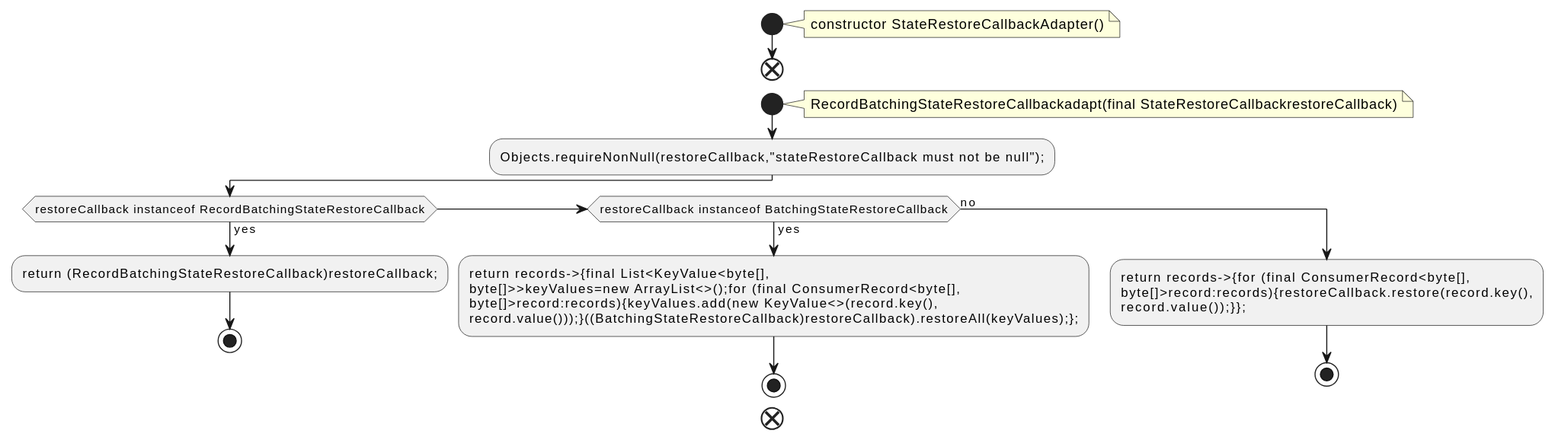
Before: docs/qc/streams/src/main/java/org/apache/kafka/streams/processor/internals/StateRestoreCallbackAdapter.java.fct.svg, a diagram exported from PlantUML (qualitesys/kafka). Source of this version:
```plantuml
@startuml
!pragma layout smetana
start
note right
constructor StateRestoreCallbackAdapter()
end note
end
start
note right
RecordBatchingStateRestoreCallbackadapt(final StateRestoreCallbackrestoreCallback)
end note
:Objects.requireNonNull(restoreCallback,"stateRestoreCallback must not be null");;
if (restoreCallback instanceof RecordBatchingStateRestoreCallback) then (yes)
:return (RecordBatchingStateRestoreCallback)restoreCallback;;
stop
else if (restoreCallback instanceof BatchingStateRestoreCallback) then (yes)
:return records->{final List<KeyValue<byte[],
byte[]>>keyValues=new ArrayList<>();for (final ConsumerRecord<byte[],
byte[]>record:records){keyValues.add(new KeyValue<>(record.key(),
record.value()));}((BatchingStateRestoreCallback)restoreCallback).restoreAll(keyValues);};;
stop
else (no)
:return records->{for (final ConsumerRecord<byte[],
byte[]>record:records){restoreCallback.restore(record.key(),
record.value());}};;
stop
endif
end
@enduml
```
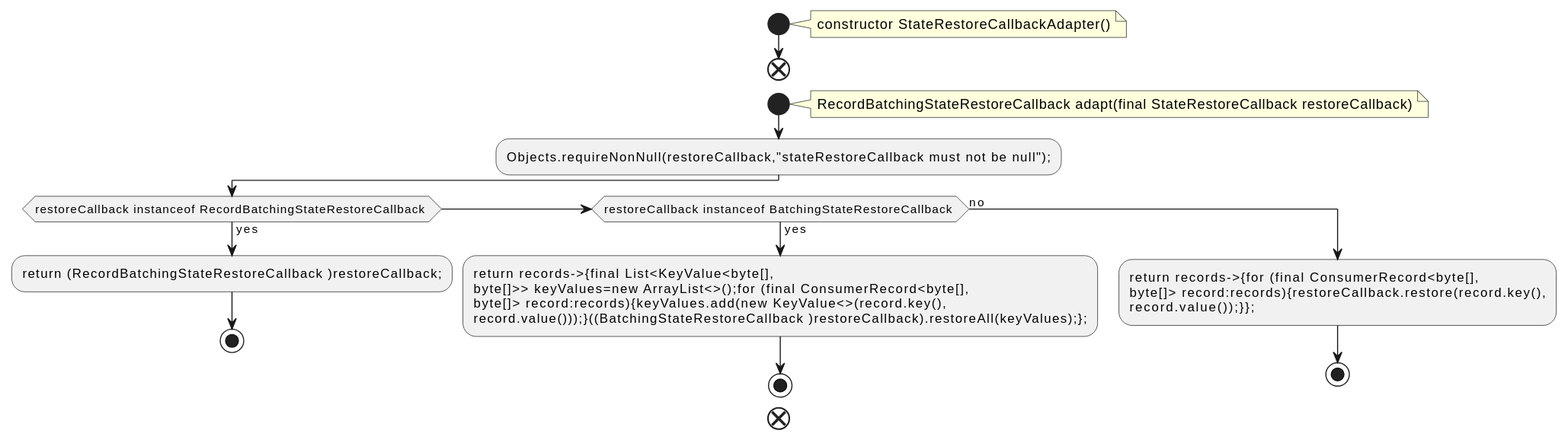
Above is the later version.

What changed in the source:
```diff
@@ -7,21 +7,21 @@
 end
 start
 note right
-RecordBatchingStateRestoreCallbackadapt(final StateRestoreCallbackrestoreCallback)
+RecordBatchingStateRestoreCallback adapt(final StateRestoreCallback restoreCallback)
 end note
 :Objects.requireNonNull(restoreCallback,"stateRestoreCallback must not be null");;
-if (restoreCallback instanceof RecordBatchingStateRestoreCallback) then (yes)
-:return (RecordBatchingStateRestoreCallback)restoreCallback;;
+if (restoreCallback instanceof RecordBatchingStateRestoreCallback ) then (yes)
+:return (RecordBatchingStateRestoreCallback )restoreCallback;;
 stop
-else if (restoreCallback instanceof BatchingStateRestoreCallback) then (yes)
+else if (restoreCallback instanceof BatchingStateRestoreCallback ) then (yes)
 :return records->{final List<KeyValue<byte[],
-byte[]>>keyValues=new ArrayList<>();for (final ConsumerRecord<byte[],
-byte[]>record:records){keyValues.add(new KeyValue<>(record.key(),
-record.value()));}((BatchingStateRestoreCallback)restoreCallback).restoreAll(keyValues);};;
+byte[]>> keyValues=new ArrayList<>();for (final ConsumerRecord<byte[],
+byte[]> record:records){keyValues.add(new KeyValue<>(record.key(),
+record.value()));}((BatchingStateRestoreCallback )restoreCallback).restoreAll(keyValues);};;
 stop
 else (no)
 :return records->{for (final ConsumerRecord<byte[],
-byte[]>record:records){restoreCallback.restore(record.key(),
+byte[]> record:records){restoreCallback.restore(record.key(),
 record.value());}};;
 stop
 endif
```
